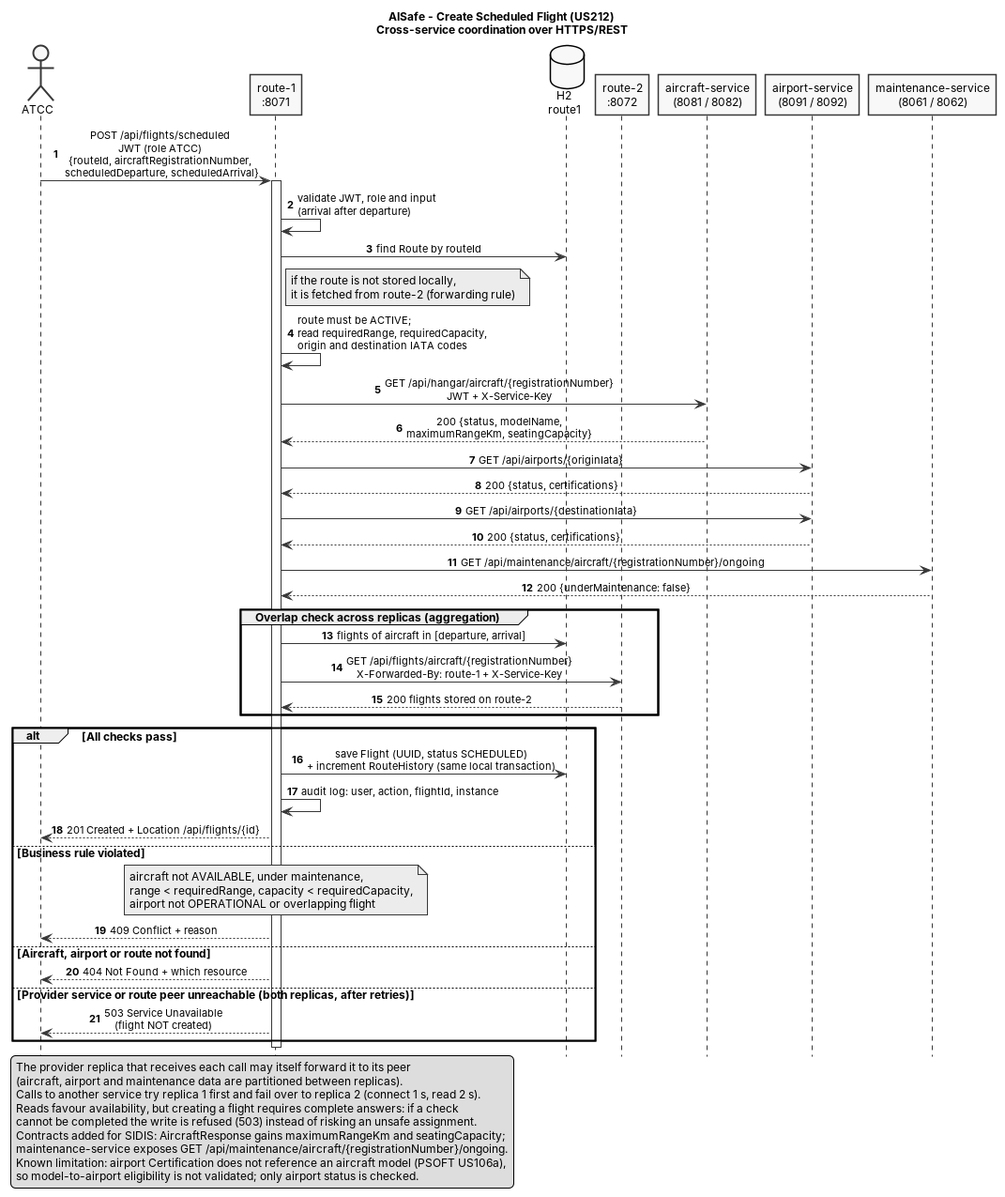
KolmerKinga/sisdig_1230426_1231051 keeps this PlantUML diagram as AISafe/docs/aisafe_diagrams/aisafe_create_scheduled_flight_sequence.png. Above is the earlier version. Its source is kept beside it as AISafe/docs/aisafe_diagrams/aisafe_create_scheduled_flight_sequence.puml. Source of this version:
```plantuml
@startuml
title AISafe - Create Scheduled Flight (US212)\nCross-service coordination over HTTPS/REST

skinparam monochrome true
skinparam shadowing false
skinparam defaultFontName SansSerif
skinparam defaultFontSize 12
skinparam ArrowFontSize 11
skinparam sequenceMessageAlign center
hide footbox
autonumber

actor "ATCC" as Client
participant "route-1\n:8071" as Route
database "H2\nroute1" as RouteDB
participant "route-2\n:8072" as Peer
participant "aircraft-service\n(8081 / 8082)" as Aircraft
participant "airport-service\n(8091 / 8092)" as Airport
participant "maintenance-service\n(8061 / 8062)" as Maintenance

Client -> Route : POST /api/flights/scheduled\nJWT (role ATCC)\n{routeId, aircraftRegistrationNumber,\n scheduledDeparture, scheduledArrival}
activate Route
Route -> Route : validate JWT, role and input\n(arrival after departure)
Route -> RouteDB : find Route by routeId
note right of Route : if the route is not stored locally,\nit is fetched from route-2 (forwarding rule)
Route -> Route : route must be ACTIVE;\nread requiredRange, requiredCapacity,\norigin and destination IATA codes

Route -> Aircraft : GET /api/hangar/aircraft/{registrationNumber}\nJWT + X-Service-Key
Aircraft --> Route : 200 {status, modelName,\nmaximumRangeKm, seatingCapacity}

Route -> Airport : GET /api/airports/{originIata}
Airport --> Route : 200 {status, certifications}
Route -> Airport : GET /api/airports/{destinationIata}
Airport --> Route : 200 {status, certifications}

Route -> Maintenance : GET /api/maintenance/aircraft/{registrationNumber}/ongoing
Maintenance --> Route : 200 {underMaintenance: false}

group Overlap check across replicas (aggregation)
  Route -> RouteDB : flights of aircraft in [departure, arrival]
  Route -> Peer : GET /api/flights/aircraft/{registrationNumber}\nX-Forwarded-By: route-1 + X-Service-Key
  Peer --> Route : 200 flights stored on route-2
end

alt All checks pass
  Route -> RouteDB : save Flight (UUID, status SCHEDULED)\n+ increment RouteHistory (same local transaction)
  Route -> Route : audit log: user, action, flightId, instance
  Route --> Client : 201 Created + Location /api/flights/{id}
else Business rule violated
  note over Route
    aircraft not AVAILABLE, under maintenance,
    range < requiredRange, capacity < requiredCapacity,
    airport not OPERATIONAL or overlapping flight
  end note
  Route --> Client : 409 Conflict + reason
else Aircraft, airport or route not found
  Route --> Client : 404 Not Found + which resource
else Provider service or route peer unreachable (both replicas, after retries)
  Route --> Client : 503 Service Unavailable\n(flight NOT created)
end
deactivate Route

legend bottom left
  The provider replica that receives each call may itself forward it to its peer
  (aircraft, airport and maintenance data are partitioned between replicas).
  Calls to another service try replica 1 first and fail over to replica 2 (connect 1 s, read 2 s).
  Reads favour availability, but creating a flight requires complete answers: if a check
  cannot be completed the write is refused (503) instead of risking an unsafe assignment.
  Contracts added for SIDIS: AircraftResponse gains maximumRangeKm and seatingCapacity;
  maintenance-service exposes GET /api/maintenance/aircraft/{registrationNumber}/ongoing.
  Known limitation: airport Certification does not reference an aircraft model (PSOFT US106a),
  so model-to-airport eligibility is not validated; only airport status is checked.
endlegend
@enduml
```
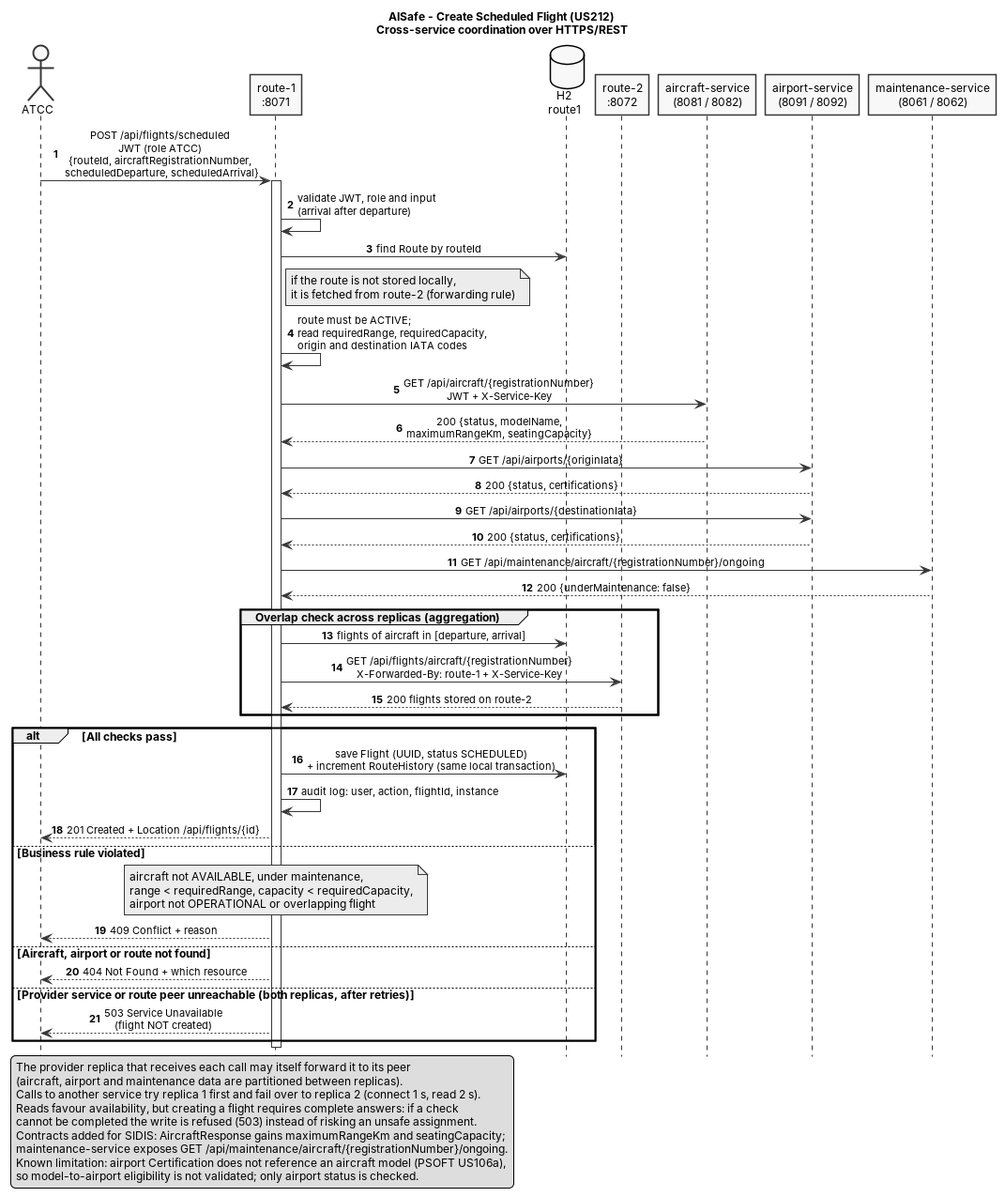
The same file after the commit.

What changed in the source:
```diff
@@ -25,7 +25,7 @@
 note right of Route : if the route is not stored locally,\nit is fetched from route-2 (forwarding rule)
 Route -> Route : route must be ACTIVE;\nread requiredRange, requiredCapacity,\norigin and destination IATA codes
 
-Route -> Aircraft : GET /api/hangar/aircraft/{registrationNumber}\nJWT + X-Service-Key
+Route -> Aircraft : GET /api/aircraft/{registrationNumber}\nJWT + X-Service-Key
 Aircraft --> Route : 200 {status, modelName,\nmaximumRangeKm, seatingCapacity}
 
 Route -> Airport : GET /api/airports/{originIata}
```
